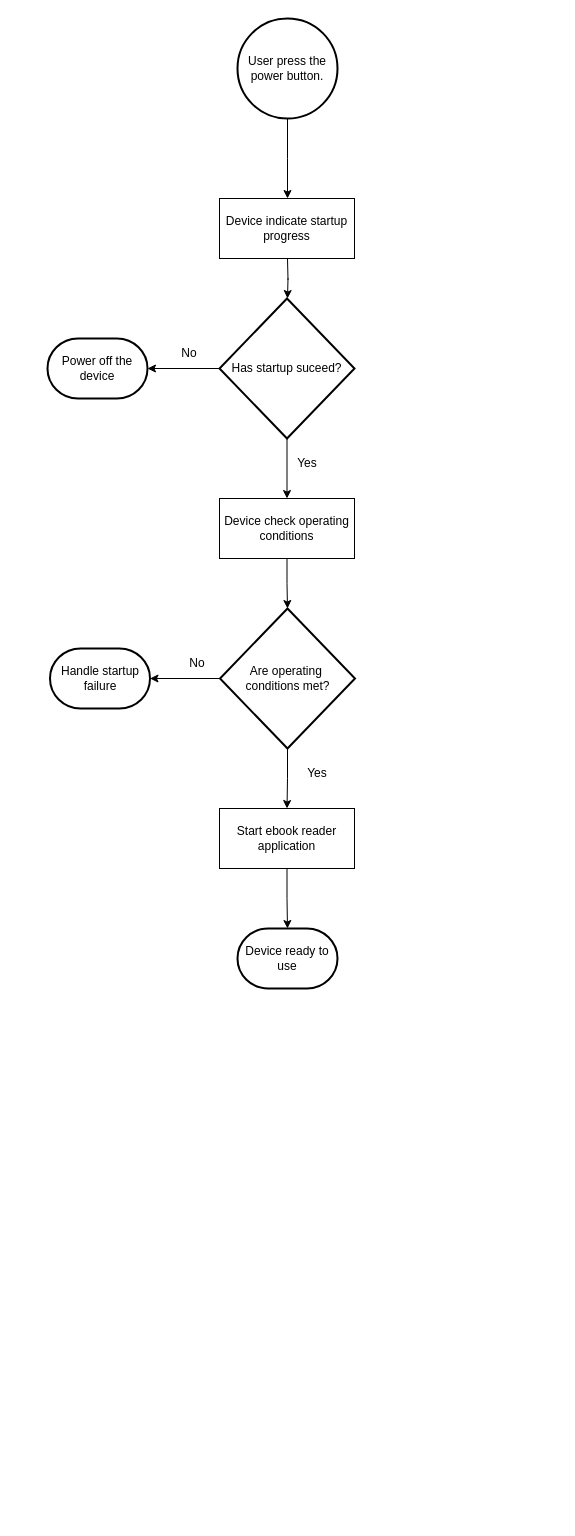
The draw.io diagram page "UC-001" (1 of 3) of docs/design/assets/01_concept_of_operations.drawio in KubaTaba1uga/open_source_ebook_reader, before the edit. Source tidied: cells renumbered, new cells numbered last; positions are measured from the earlier drawing's top-left corner, leaving out a move shared by most shapes. Both pictures are drawn from the tidied source at 100%, with x=0, y=0 at pixel (47, 18).
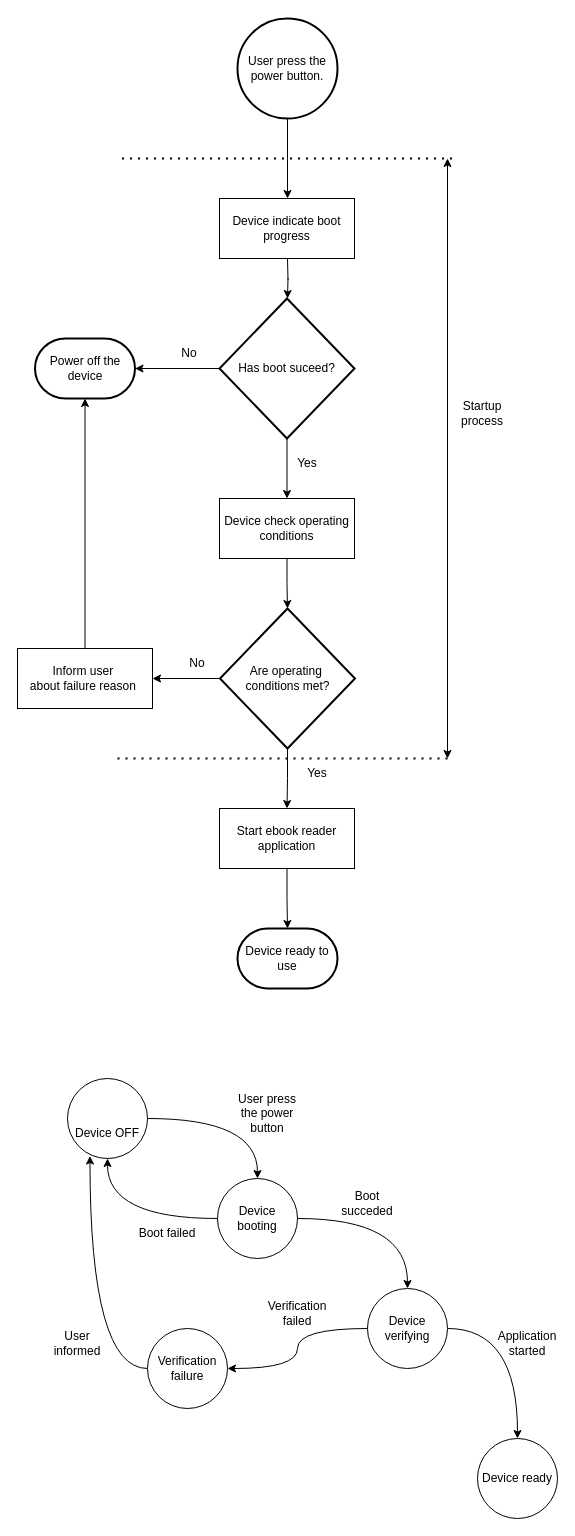
Above is the later version.

The change refers to these unchanged cells:
```xml
<mxCell id="16" value="Are operating&amp;nbsp;&lt;div&gt;conditions met?&lt;/div&gt;" style="strokeWidth=2;html=1;shape=mxgraph.flowchart.decision;whiteSpace=wrap;" parent="1" vertex="1">
  <mxGeometry x="172.5" y="590" width="135" height="140" as="geometry" />
</mxCell>
```

The edit, as a diff of the source:
```diff
@@
-    <mxCell id="5" value="Device indicate startup&lt;div&gt;progress&lt;/div&gt;" style="html=1;whiteSpace=wrap;" parent="1" vertex="1">
+    <mxCell id="5" value="Device indicate boot&lt;div&gt;progress&lt;/div&gt;" style="html=1;whiteSpace=wrap;" parent="1" vertex="1">
       <mxGeometry x="172" y="180" width="135" height="60" as="geometry" />
     </mxCell>
@@
-    <mxCell id="8" value="Has startup suceed?" style="strokeWidth=2;html=1;shape=mxgraph.flowchart.decision;whiteSpace=wrap;" parent="1" vertex="1">
+    <mxCell id="8" value="Has boot suceed?" style="strokeWidth=2;html=1;shape=mxgraph.flowchart.decision;whiteSpace=wrap;" parent="1" vertex="1">
       <mxGeometry x="172" y="280" width="135" height="140" as="geometry" />
     </mxCell>
     <mxCell id="9" value="Power off the device" style="strokeWidth=2;html=1;shape=mxgraph.flowchart.terminator;whiteSpace=wrap;" parent="1" vertex="1">
-      <mxGeometry y="320" width="100" height="60" as="geometry" />
+      <mxGeometry x="-12.5" y="320" width="100" height="60" as="geometry" />
     </mxCell>
@@
-    <mxCell id="14" style="edgeStyle=orthogonalEdgeStyle;rounded=0;jettySize=auto;html=1;" parent="1" edge="1" source="16" target="17">
+    <mxCell id="14" style="edgeStyle=orthogonalEdgeStyle;rounded=0;jettySize=auto;html=1;entryX=1;entryY=0.5;entryDx=0;entryDy=0;" parent="1" edge="1" source="16" target="44">
       <mxGeometry relative="1" as="geometry" />
     </mxCell>
@@
-    <mxCell id="17" value="Handle startup failure" style="strokeWidth=2;html=1;shape=mxgraph.flowchart.terminator;whiteSpace=wrap;" parent="1" vertex="1">
-      <mxGeometry x="2.5" y="630" width="100" height="60" as="geometry" />
-    </mxCell>
@@
+    <mxCell id="23" style="edgeStyle=orthogonalEdgeStyle;rounded=0;jettySize=auto;html=1;curved=1;" parent="1" edge="1" source="24" target="27">
+      <mxGeometry relative="1" as="geometry" />
+    </mxCell>
+    <mxCell id="24" value="&lt;div&gt;&lt;br&gt;&lt;/div&gt;&lt;div&gt;&lt;br&gt;&lt;/div&gt;&lt;div&gt;Device OFF&lt;/div&gt;" style="ellipse;whiteSpace=wrap;html=1;shapeInside=1;" parent="1" vertex="1">
+      <mxGeometry x="20" y="1060" width="80" height="80" as="geometry" />
+    </mxCell>
+    <mxCell id="25" style="edgeStyle=orthogonalEdgeStyle;rounded=0;jettySize=auto;html=1;entryX=0.5;entryY=1;entryDx=0;entryDy=0;curved=1;" parent="1" edge="1" source="27" target="24">
+      <mxGeometry relative="1" as="geometry" />
+    </mxCell>
+    <mxCell id="26" style="edgeStyle=orthogonalEdgeStyle;rounded=0;jettySize=auto;html=1;entryX=0.5;entryY=0;entryDx=0;entryDy=0;curved=1;" parent="1" edge="1" source="27" target="30">
+      <mxGeometry relative="1" as="geometry" />
+    </mxCell>
+    <mxCell id="27" value="Device booting" style="ellipse;whiteSpace=wrap;html=1;shapeInside=1;" parent="1" vertex="1">
+      <mxGeometry x="170" y="1160" width="80" height="80" as="geometry" />
+    </mxCell>
+    <mxCell id="28" style="edgeStyle=orthogonalEdgeStyle;rounded=0;jettySize=auto;html=1;curved=1;" parent="1" edge="1" source="30" target="34">
+      <mxGeometry relative="1" as="geometry" />
+    </mxCell>
+    <mxCell id="29" style="edgeStyle=orthogonalEdgeStyle;rounded=0;jettySize=auto;html=1;entryX=0.5;entryY=0;entryDx=0;entryDy=0;curved=1;" parent="1" edge="1" source="30" target="37">
+      <mxGeometry relative="1" as="geometry" />
+    </mxCell>
+    <mxCell id="30" value="Device verifying" style="ellipse;whiteSpace=wrap;html=1;shapeInside=1;" parent="1" vertex="1">
+      <mxGeometry x="320" y="1270" width="80" height="80" as="geometry" />
+    </mxCell>
+    <mxCell id="31" value="Boot failed" style="text;html=1;whiteSpace=wrap;strokeColor=none;fillColor=none;align=center;verticalAlign=middle;rounded=0;" parent="1" vertex="1">
+      <mxGeometry x="90" y="1200" width="60" height="30" as="geometry" />
+    </mxCell>
+    <mxCell id="32" value="User press the power button" style="text;html=1;whiteSpace=wrap;strokeColor=none;fillColor=none;align=center;verticalAlign=middle;rounded=0;" parent="1" vertex="1">
+      <mxGeometry x="180" y="1070" width="80" height="50" as="geometry" />
+    </mxCell>
+    <mxCell id="33" style="edgeStyle=orthogonalEdgeStyle;rounded=0;jettySize=auto;html=1;entryX=0.281;entryY=0.969;entryDx=0;entryDy=0;entryPerimeter=0;curved=1;" parent="1" edge="1" source="34" target="24">
+      <mxGeometry relative="1" as="geometry">
+        <Array as="points">
+          <mxPoint x="42.5" y="1350" />
+        </Array>
+      </mxGeometry>
+    </mxCell>
+    <mxCell id="34" value="Verification failure" style="ellipse;whiteSpace=wrap;html=1;shapeInside=1;" parent="1" vertex="1">
+      <mxGeometry x="100" y="1310" width="80" height="80" as="geometry" />
+    </mxCell>
+    <mxCell id="35" value="Boot succeded" style="text;html=1;whiteSpace=wrap;strokeColor=none;fillColor=none;align=center;verticalAlign=middle;rounded=0;" parent="1" vertex="1">
+      <mxGeometry x="290" y="1170" width="60" height="30" as="geometry" />
+    </mxCell>
+    <mxCell id="36" value="Verification failed" style="text;html=1;whiteSpace=wrap;strokeColor=none;fillColor=none;align=center;verticalAlign=middle;rounded=0;" parent="1" vertex="1">
+      <mxGeometry x="220" y="1280" width="60" height="30" as="geometry" />
+    </mxCell>
+    <mxCell id="37" value="Device ready" style="ellipse;whiteSpace=wrap;html=1;shapeInside=1;" parent="1" vertex="1">
+      <mxGeometry x="430" y="1420" width="80" height="80" as="geometry" />
+    </mxCell>
+    <mxCell id="38" value="Application&lt;div&gt;started&lt;/div&gt;" style="text;html=1;whiteSpace=wrap;strokeColor=none;fillColor=none;align=center;verticalAlign=middle;rounded=0;" parent="1" vertex="1">
+      <mxGeometry x="450" y="1310" width="60" height="30" as="geometry" />
+    </mxCell>
+    <mxCell id="39" value="User informed" style="text;html=1;whiteSpace=wrap;strokeColor=none;fillColor=none;align=center;verticalAlign=middle;rounded=0;" parent="1" vertex="1">
+      <mxGeometry y="1310" width="60" height="30" as="geometry" />
+    </mxCell>
+    <mxCell id="40" style="endArrow=none;dashed=1;html=1;dashPattern=1 3;strokeWidth=2;rounded=0;" parent="1" edge="1">
+      <mxGeometry relative="1" as="geometry">
+        <mxPoint x="70" y="740" as="sourcePoint" />
+        <mxPoint x="400" y="740" as="targetPoint" />
+      </mxGeometry>
+    </mxCell>
+    <mxCell id="41" style="endArrow=none;dashed=1;html=1;dashPattern=1 3;strokeWidth=2;rounded=0;" parent="1" edge="1">
+      <mxGeometry relative="1" as="geometry">
+        <mxPoint x="74.5" y="140" as="sourcePoint" />
+        <mxPoint x="404.5" y="140" as="targetPoint" />
+      </mxGeometry>
+    </mxCell>
+    <mxCell id="42" style="endArrow=classic;startArrow=classic;html=1;rounded=0;" parent="1" edge="1">
+      <mxGeometry relative="1" as="geometry">
+        <mxPoint x="400" y="740" as="sourcePoint" />
+        <mxPoint x="400" y="140" as="targetPoint" />
+      </mxGeometry>
+    </mxCell>
+    <mxCell id="43" style="edgeStyle=orthogonalEdgeStyle;rounded=0;jettySize=auto;html=1;entryX=0.5;entryY=1;entryDx=0;entryDy=0;entryPerimeter=0;" parent="1" edge="1" source="44" target="9">
+      <mxGeometry relative="1" as="geometry" />
+    </mxCell>
+    <mxCell id="44" value="Inform user&amp;nbsp;&lt;div&gt;about failure reason&amp;nbsp;&lt;/div&gt;" style="html=1;whiteSpace=wrap;" parent="1" vertex="1">
+      <mxGeometry x="-30" y="630" width="135" height="60" as="geometry" />
+    </mxCell>
+    <mxCell id="45" value="Startup&lt;div&gt;process&lt;/div&gt;" style="text;html=1;whiteSpace=wrap;strokeColor=none;fillColor=none;align=center;verticalAlign=middle;rounded=0;" parent="1" vertex="1">
+      <mxGeometry x="405" y="380" width="60" height="30" as="geometry" />
+    </mxCell>
```
